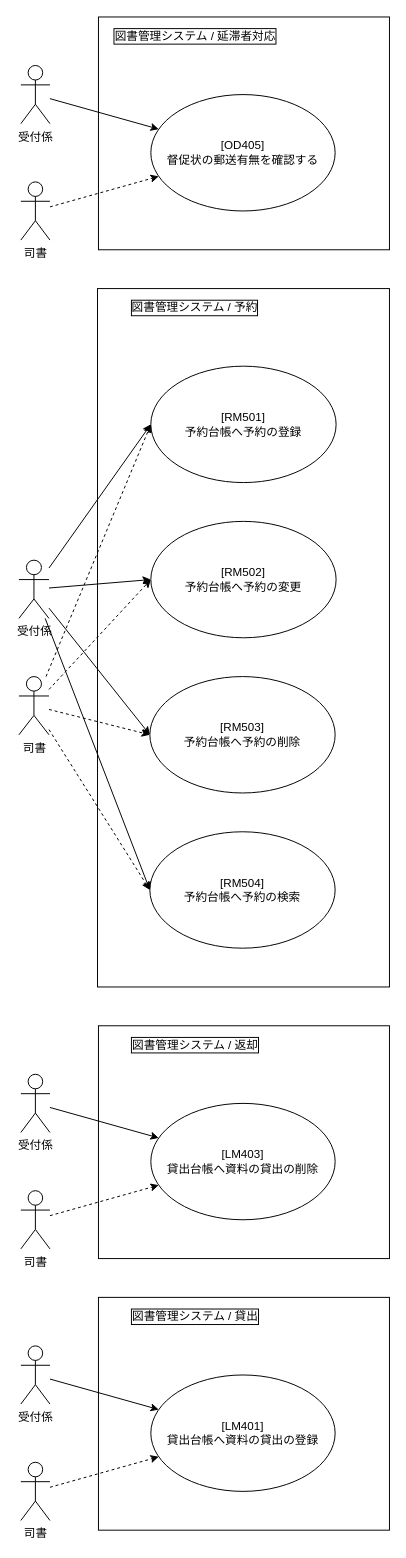
Earlier version of the draw.io diagram Documents/図書管理システム/成果物/10_要件定義/ユースケース図/LM-RM-OD.drawio (charlie24403/Librarians). Source tidied: cells renumbered, new cells numbered last; positions are measured from the earlier drawing's top-left corner, leaving out a move shared by most shapes. Both pictures are drawn from the tidied source at 97%, with x=0, y=0 at pixel (18, 16).
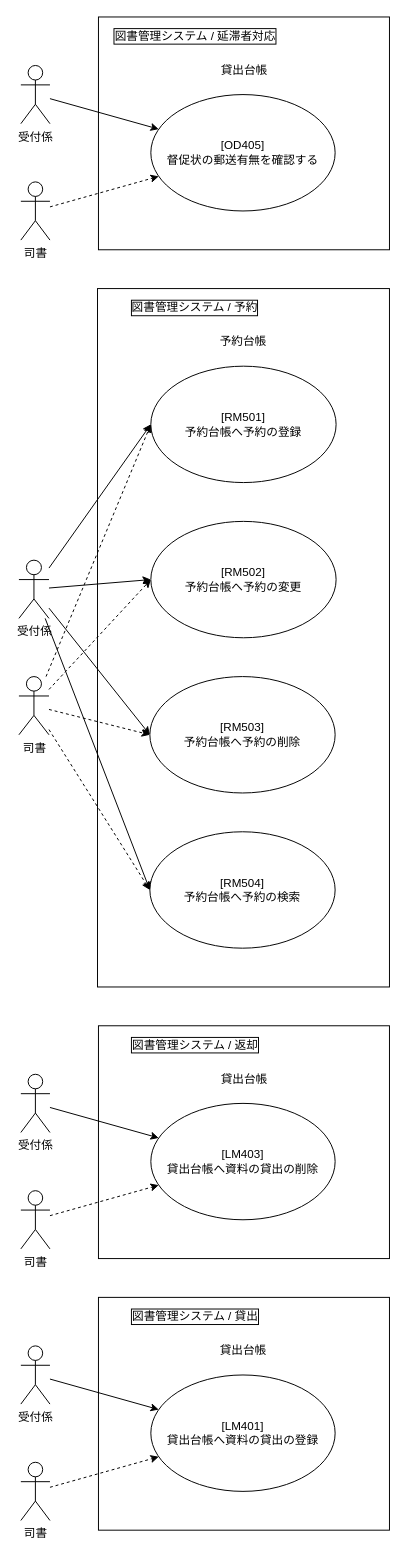
After the change.

Diff of the diagram source:
```diff
@@
+    <mxCell id="39" value="貸出台帳" style="text;html=1;strokeColor=none;fillColor=none;align=center;verticalAlign=middle;whiteSpace=wrap;rounded=0;labelBorderColor=none;" parent="1" vertex="1">
+      <mxGeometry x="139.5" y="40" width="185" height="30" as="geometry" />
+    </mxCell>
+    <mxCell id="40" value="予約台帳" style="text;html=1;strokeColor=none;fillColor=none;align=center;verticalAlign=middle;whiteSpace=wrap;rounded=0;labelBorderColor=none;" parent="1" vertex="1">
+      <mxGeometry x="138.5" y="320" width="185" height="30" as="geometry" />
+    </mxCell>
+    <mxCell id="41" value="貸出台帳" style="text;html=1;strokeColor=none;fillColor=none;align=center;verticalAlign=middle;whiteSpace=wrap;rounded=0;labelBorderColor=none;" parent="1" vertex="1">
+      <mxGeometry x="139.5" y="1080" width="185" height="30" as="geometry" />
+    </mxCell>
+    <mxCell id="42" value="貸出台帳" style="text;html=1;strokeColor=none;fillColor=none;align=center;verticalAlign=middle;whiteSpace=wrap;rounded=0;labelBorderColor=none;" parent="1" vertex="1">
+      <mxGeometry x="138.5" y="1360" width="185" height="30" as="geometry" />
+    </mxCell>
```
